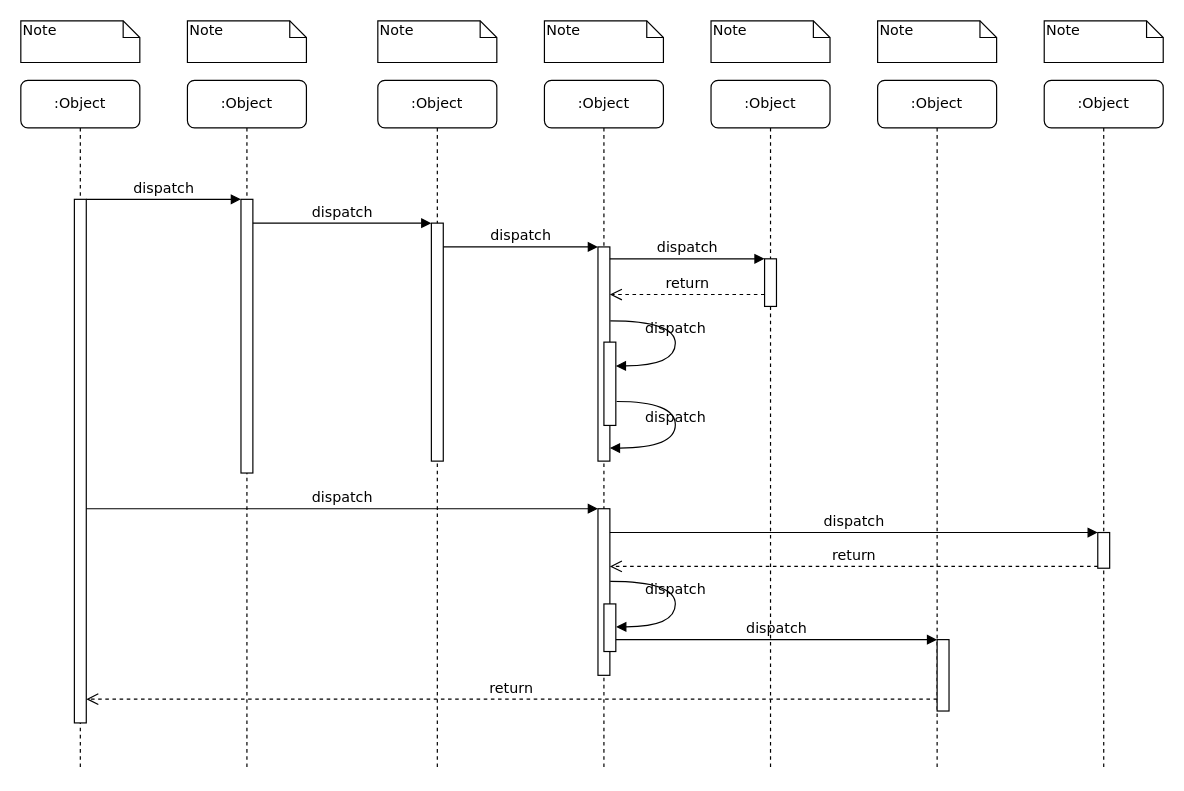
Earlier version of the draw.io diagram Diagrama de secuencia.drawio (lanza318/Documentacion). Source tidied: cells renumbered, new cells numbered last; positions are measured from the earlier drawing's top-left corner, leaving out a move shared by most shapes. Both pictures are drawn from the tidied source at 119%, with x=0, y=0 at pixel (20, 20).
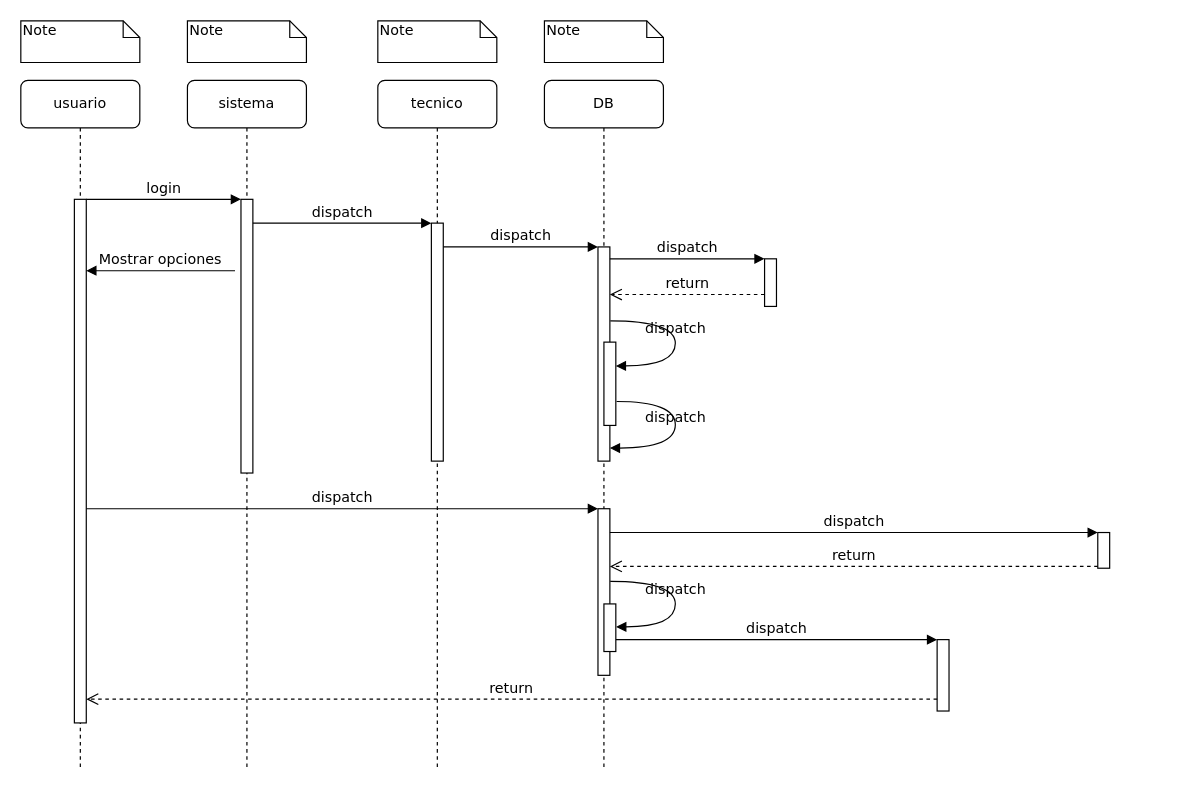
The same page after the edit.

Unchanged cells that the change refers to:
```xml
<mxCell id="3" style="html=1;points=[];perimeter=orthogonalPerimeter;rounded=0;shadow=0;comic=0;labelBackgroundColor=none;strokeWidth=1;fontFamily=Verdana;fontSize=12;align=center;" parent="2" vertex="1">
  <mxGeometry x="45" y="100" width="10" height="230" as="geometry" />
</mxCell>
<mxCell id="11" style="html=1;points=[];perimeter=orthogonalPerimeter;rounded=0;shadow=0;comic=0;labelBackgroundColor=none;strokeWidth=1;fontFamily=Verdana;fontSize=12;align=center;" parent="10" vertex="1">
  <mxGeometry x="45" y="100" width="10" height="440" as="geometry" />
</mxCell>
```

What changed in the source:
```diff
@@
-    <mxCell id="2" value=":Object" style="shape=umlLifeline;perimeter=lifelinePerimeter;whiteSpace=wrap;html=1;rounded=1;shadow=0;comic=0;labelBackgroundColor=none;strokeWidth=1;fontFamily=Verdana;fontSize=12;align=center;" parent="1" vertex="1">
+    <mxCell id="2" value="sistema" style="shape=umlLifeline;perimeter=lifelinePerimeter;whiteSpace=wrap;html=1;rounded=1;shadow=0;comic=0;labelBackgroundColor=none;strokeWidth=1;fontFamily=Verdana;fontSize=12;align=center;" parent="1" vertex="1">
       <mxGeometry x="140" y="50" width="100" height="580" as="geometry" />
     </mxCell>
@@
-    <mxCell id="4" value=":Object" style="shape=umlLifeline;perimeter=lifelinePerimeter;whiteSpace=wrap;html=1;rounded=1;shadow=0;comic=0;labelBackgroundColor=none;strokeWidth=1;fontFamily=Verdana;fontSize=12;align=center;" parent="1" vertex="1">
+    <mxCell id="4" value="tecnico" style="shape=umlLifeline;perimeter=lifelinePerimeter;whiteSpace=wrap;html=1;rounded=1;shadow=0;comic=0;labelBackgroundColor=none;strokeWidth=1;fontFamily=Verdana;fontSize=12;align=center;" parent="1" vertex="1">
       <mxGeometry x="300" y="50" width="100" height="580" as="geometry" />
     </mxCell>
@@
-    <mxCell id="6" value=":Object" style="shape=umlLifeline;perimeter=lifelinePerimeter;whiteSpace=wrap;html=1;rounded=1;shadow=0;comic=0;labelBackgroundColor=none;strokeWidth=1;fontFamily=Verdana;fontSize=12;align=center;" parent="1" vertex="1">
+    <mxCell id="6" value="DB" style="shape=umlLifeline;perimeter=lifelinePerimeter;whiteSpace=wrap;html=1;rounded=1;shadow=0;comic=0;labelBackgroundColor=none;strokeWidth=1;fontFamily=Verdana;fontSize=12;align=center;" parent="1" vertex="1">
       <mxGeometry x="440" y="50" width="100" height="580" as="geometry" />
     </mxCell>
-    <mxCell id="7" value=":Object" style="shape=umlLifeline;perimeter=lifelinePerimeter;whiteSpace=wrap;html=1;rounded=1;shadow=0;comic=0;labelBackgroundColor=none;strokeWidth=1;fontFamily=Verdana;fontSize=12;align=center;" parent="1" vertex="1">
-      <mxGeometry x="580" y="50" width="100" height="580" as="geometry" />
-    </mxCell>
-    <mxCell id="8" value=":Object" style="shape=umlLifeline;perimeter=lifelinePerimeter;whiteSpace=wrap;html=1;rounded=1;shadow=0;comic=0;labelBackgroundColor=none;strokeWidth=1;fontFamily=Verdana;fontSize=12;align=center;" parent="1" vertex="1">
-      <mxGeometry x="720" y="50" width="100" height="580" as="geometry" />
-    </mxCell>
-    <mxCell id="9" value=":Object" style="shape=umlLifeline;perimeter=lifelinePerimeter;whiteSpace=wrap;html=1;rounded=1;shadow=0;comic=0;labelBackgroundColor=none;strokeWidth=1;fontFamily=Verdana;fontSize=12;align=center;" parent="1" vertex="1">
-      <mxGeometry x="860" y="50" width="100" height="580" as="geometry" />
-    </mxCell>
-    <mxCell id="10" value=":Object" style="shape=umlLifeline;perimeter=lifelinePerimeter;whiteSpace=wrap;html=1;rounded=1;shadow=0;comic=0;labelBackgroundColor=none;strokeWidth=1;fontFamily=Verdana;fontSize=12;align=center;" parent="1" vertex="1">
+    <mxCell id="10" value="usuario" style="shape=umlLifeline;perimeter=lifelinePerimeter;whiteSpace=wrap;html=1;rounded=1;shadow=0;comic=0;labelBackgroundColor=none;strokeWidth=1;fontFamily=Verdana;fontSize=12;align=center;" parent="1" vertex="1">
       <mxGeometry y="50" width="100" height="580" as="geometry" />
     </mxCell>
@@
+    <mxCell id="39" value="Mostrar opciones" style="html=1;verticalAlign=bottom;endArrow=block;entryX=0;entryY=0;labelBackgroundColor=none;fontFamily=Verdana;fontSize=12;edgeStyle=elbowEdgeStyle;elbow=vertical;" parent="10" edge="1">
+      <mxGeometry relative="1" as="geometry">
+        <mxPoint x="180" y="160" as="sourcePoint" />
+        <mxPoint x="55" y="160" as="targetPoint" />
+      </mxGeometry>
+    </mxCell>
@@
-    <mxCell id="25" value="dispatch" style="html=1;verticalAlign=bottom;endArrow=block;entryX=0;entryY=0;labelBackgroundColor=none;fontFamily=Verdana;fontSize=12;edgeStyle=elbowEdgeStyle;elbow=vertical;" parent="1" edge="1" source="11" target="3">
+    <mxCell id="25" value="login" style="html=1;verticalAlign=bottom;endArrow=block;entryX=0;entryY=0;labelBackgroundColor=none;fontFamily=Verdana;fontSize=12;edgeStyle=elbowEdgeStyle;elbow=vertical;" parent="1" edge="1" source="11" target="3">
       <mxGeometry relative="1" as="geometry" />
     </mxCell>
@@
-    <mxCell id="36" value="Note" style="shape=note;whiteSpace=wrap;html=1;size=14;verticalAlign=top;align=left;spacingTop=-6;rounded=0;shadow=0;comic=0;labelBackgroundColor=none;strokeWidth=1;fontFamily=Verdana;fontSize=12;" parent="1" vertex="1">
-      <mxGeometry x="580" width="100" height="35" as="geometry" />
-    </mxCell>
-    <mxCell id="37" value="Note" style="shape=note;whiteSpace=wrap;html=1;size=14;verticalAlign=top;align=left;spacingTop=-6;rounded=0;shadow=0;comic=0;labelBackgroundColor=none;strokeWidth=1;fontFamily=Verdana;fontSize=12;" parent="1" vertex="1">
-      <mxGeometry x="720" width="100" height="35" as="geometry" />
-    </mxCell>
-    <mxCell id="38" value="Note" style="shape=note;whiteSpace=wrap;html=1;size=14;verticalAlign=top;align=left;spacingTop=-6;rounded=0;shadow=0;comic=0;labelBackgroundColor=none;strokeWidth=1;fontFamily=Verdana;fontSize=12;" parent="1" vertex="1">
-      <mxGeometry x="860" width="100" height="35" as="geometry" />
-    </mxCell>
```
